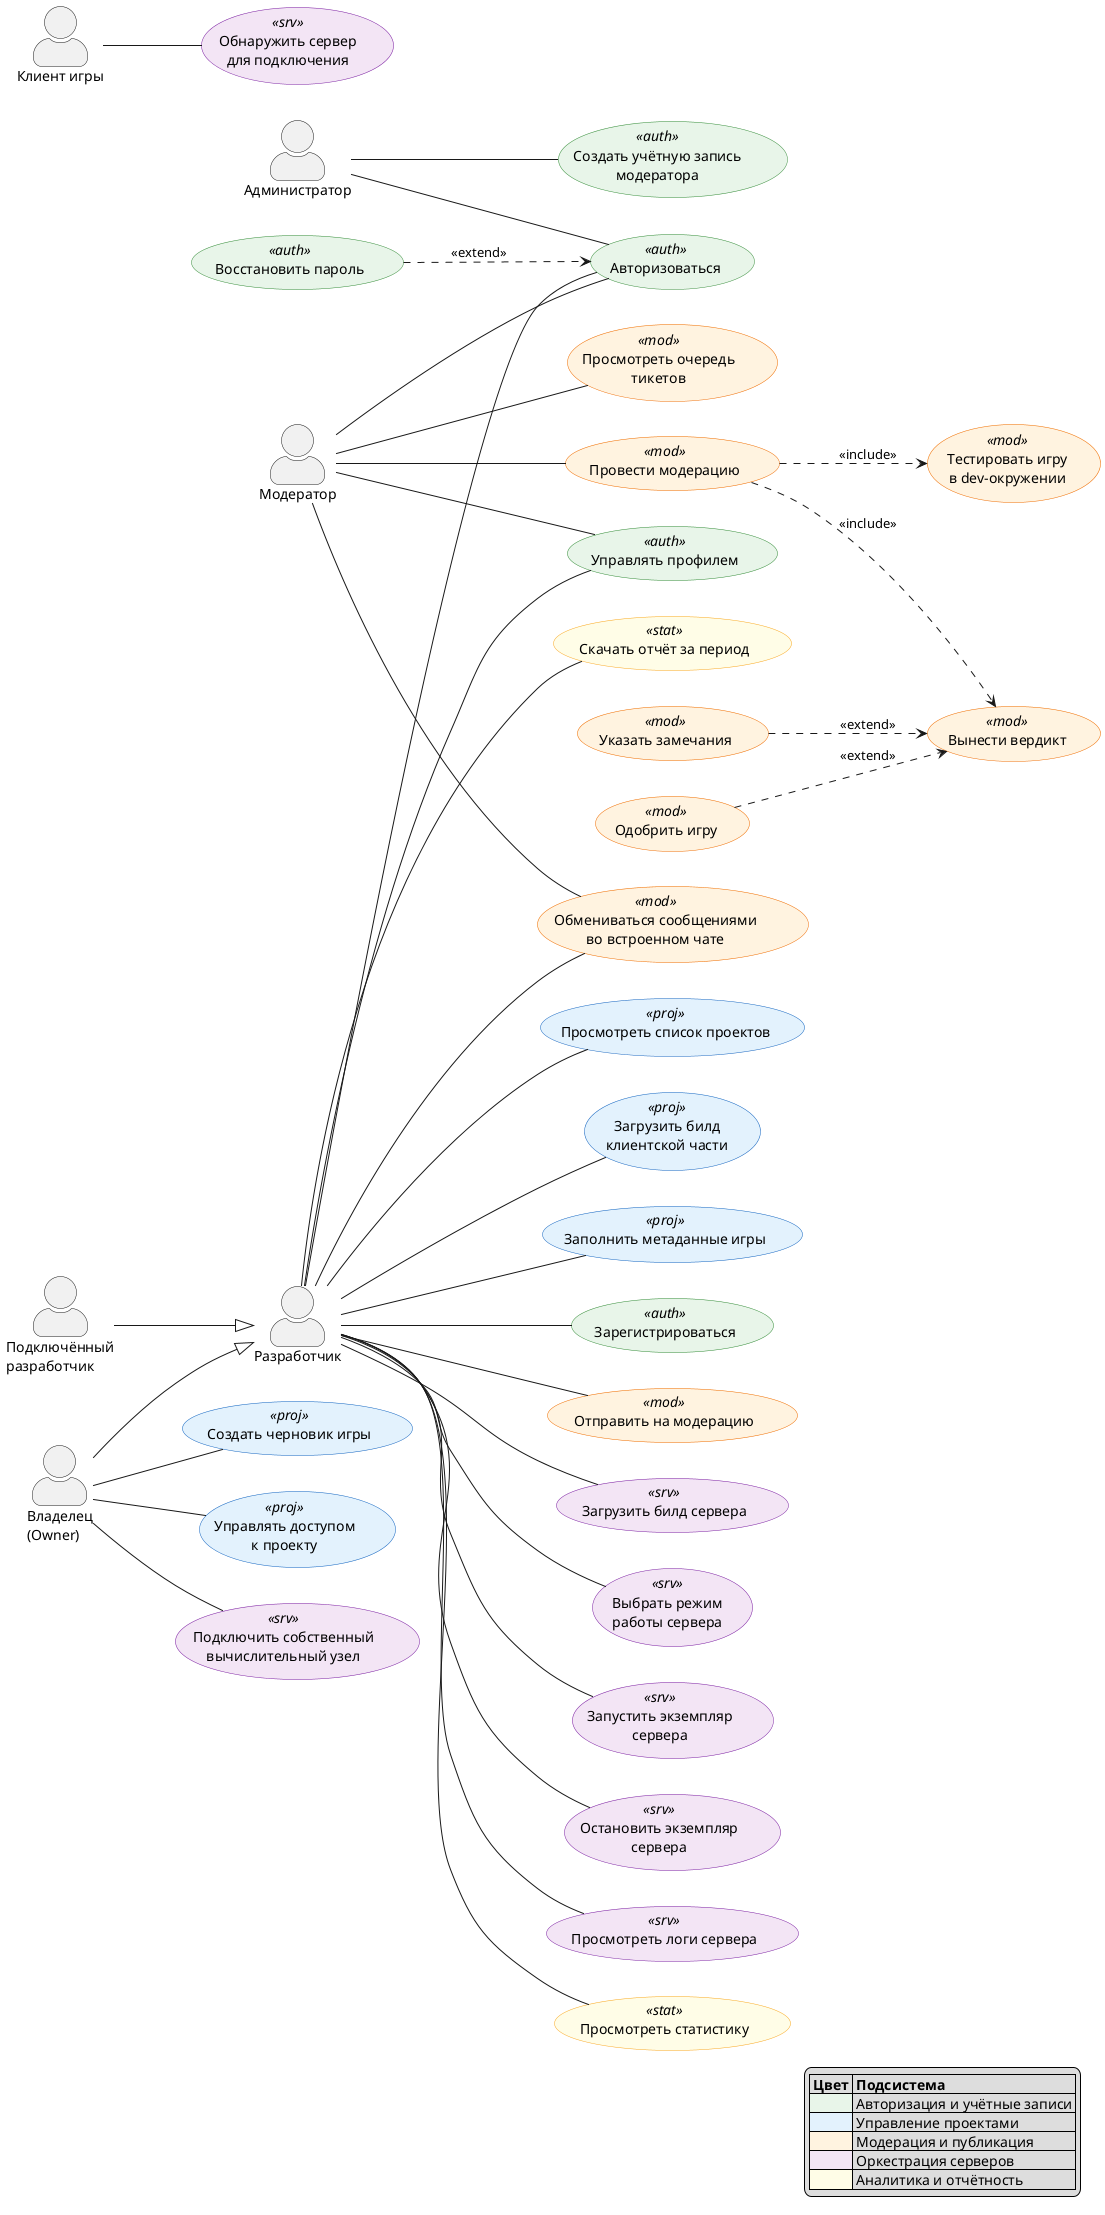
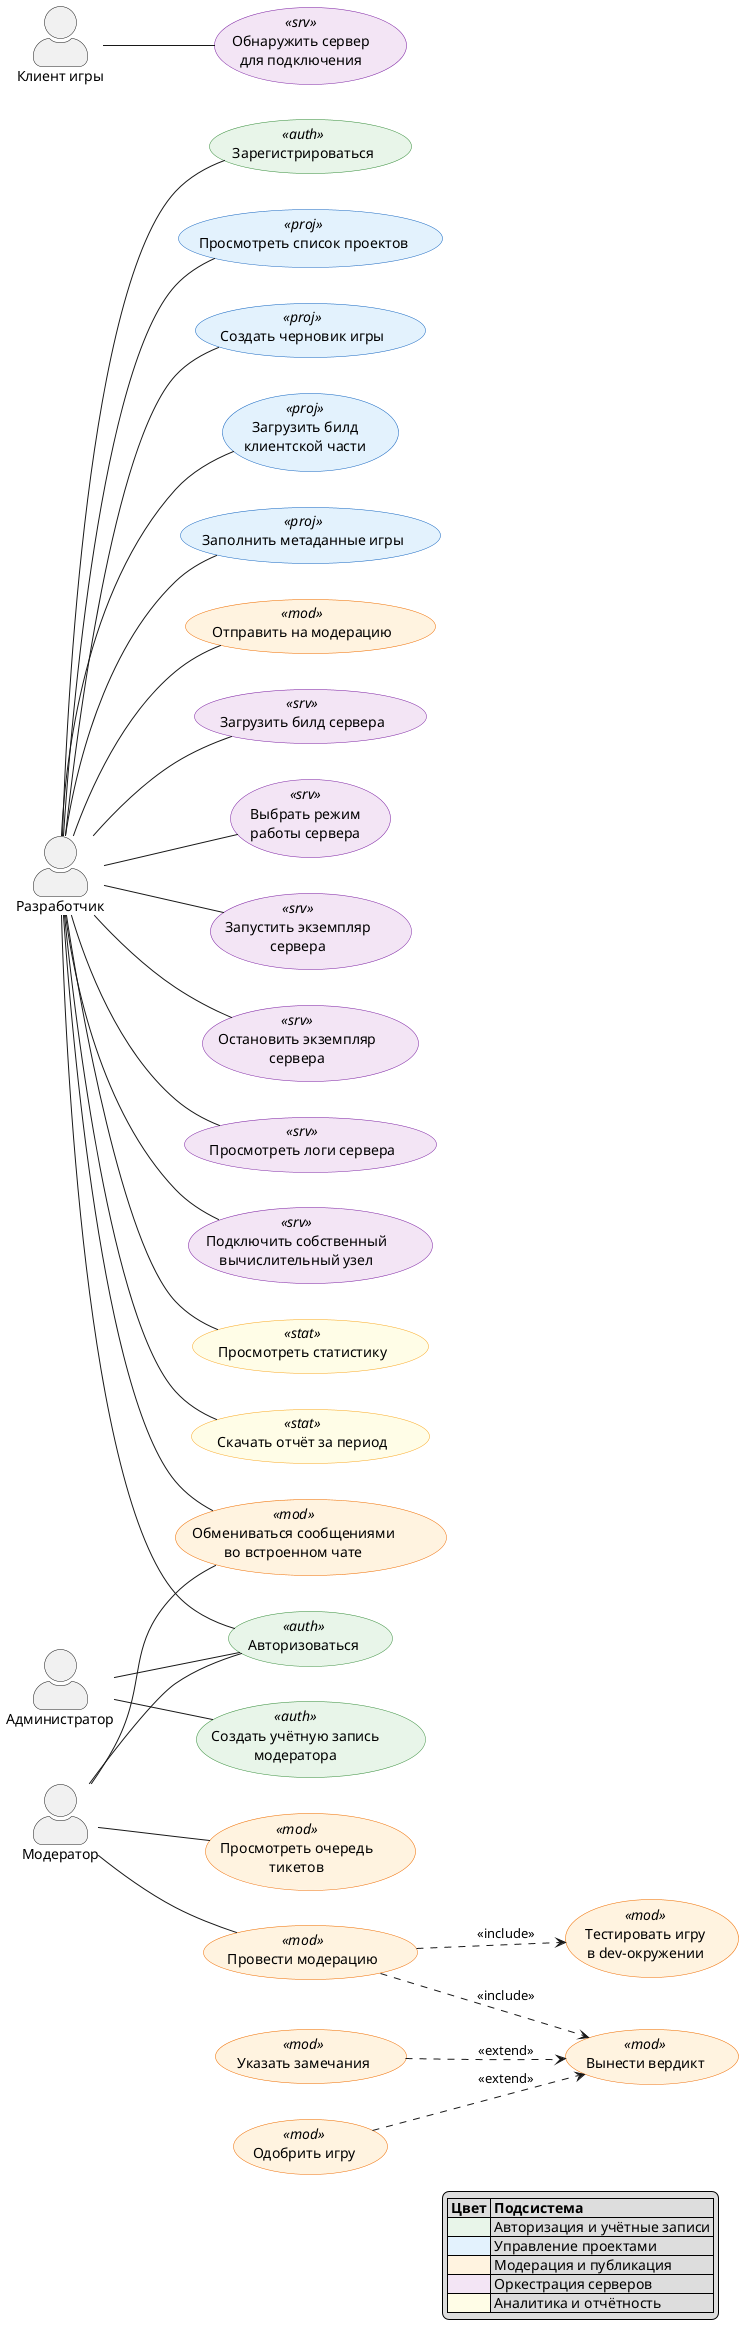
- @startuml UC_Complete
- 
+ @startuml
left to right direction
skinparam actorStyle awesome

skinparam usecase {
  BackgroundColor<<auth>> #E8F5E9
  BorderColor<<auth>> #388E3C

  BackgroundColor<<proj>> #E3F2FD
  BorderColor<<proj>> #1565C0

  BackgroundColor<<mod>> #FFF3E0
  BorderColor<<mod>> #EF6C00

  BackgroundColor<<srv>> #F3E5F5
  BorderColor<<srv>> #7B1FA2

  BackgroundColor<<stat>> #FFFDE7
  BorderColor<<stat>> #F9A825
}

' ═══════════════════════════════
'  АКТЁРЫ
' ═══════════════════════════════

- actor "Владелец\n(Owner)" as Owner
actor "Разработчик" as Dev
- actor "Подключённый\nразработчик" as ConnDev
actor "Администратор" as Admin
actor "Модератор" as Mod
actor "Клиент игры" as GameClient
- 
- Owner --|> Dev
- ConnDev --|> Dev

' ═══════════════════════════════
'  АВТОРИЗАЦИЯ
' ═══════════════════════════════

usecase "Зарегистрироваться" as REG <<auth>>
usecase "Авторизоваться" as AUTH <<auth>>
- usecase "Восстановить пароль" as RESTORE <<auth>>
- usecase "Управлять профилем" as PROFILE <<auth>>
usecase "Создать учётную запись\nмодератора" as CREATE_MOD <<auth>>

' ═══════════════════════════════
'  УПРАВЛЕНИЕ ПРОЕКТАМИ
' ═══════════════════════════════

usecase "Просмотреть список проектов" as LIST <<proj>>
usecase "Создать черновик игры" as CREATE <<proj>>
usecase "Загрузить билд\nклиентской части" as UPLOAD <<proj>>
usecase "Заполнить метаданные игры" as META <<proj>>
- usecase "Управлять доступом\nк проекту" as ACCESS <<proj>>

' ═══════════════════════════════
'  МОДЕРАЦИЯ И ПУБЛИКАЦИЯ
' ═══════════════════════════════

usecase "Отправить на модерацию" as SEND <<mod>>
usecase "Просмотреть очередь\nтикетов" as QUEUE <<mod>>
usecase "Провести модерацию" as MODERATE <<mod>>
usecase "Тестировать игру\nв dev-окружении" as TEST <<mod>>
usecase "Вынести вердикт" as VERDICT <<mod>>
usecase "Одобрить игру" as APPROVE <<mod>>
usecase "Указать замечания" as REMARKS <<mod>>
usecase "Обмениваться сообщениями\nво встроенном чате" as CHAT <<mod>>

' ═══════════════════════════════
'  ОРКЕСТРАЦИЯ СЕРВЕРОВ
' ═══════════════════════════════

usecase "Загрузить билд сервера" as UPLOAD_SRV <<srv>>
usecase "Выбрать режим\nработы сервера" as MODE <<srv>>
usecase "Запустить экземпляр\nсервера" as START <<srv>>
usecase "Остановить экземпляр\nсервера" as STOP <<srv>>
usecase "Просмотреть логи сервера" as LOGS <<srv>>
usecase "Обнаружить сервер\nдля подключения" as DISCOVER <<srv>>
usecase "Подключить собственный\nвычислительный узел" as NODE <<srv>>

' ═══════════════════════════════
'  АНАЛИТИКА И ОТЧЁТНОСТЬ
' ═══════════════════════════════

usecase "Просмотреть статистику" as STATS <<stat>>
usecase "Скачать отчёт за период" as REPORT <<stat>>

' ═══════════════════════════════
'  СВЯЗИ: Разработчик
' ═══════════════════════════════

Dev -- REG
Dev -- AUTH
- Dev -- PROFILE
Dev -- LIST
+ Dev -- CREATE
Dev -- UPLOAD
Dev -- META
Dev -- SEND
Dev -- CHAT
Dev -- UPLOAD_SRV
Dev -- MODE
Dev -- START
Dev -- STOP
Dev -- LOGS
+ Dev -- NODE
Dev -- STATS
Dev -- REPORT
- 
- ' ═══════════════════════════════
- '  СВЯЗИ: Только Владелец
- ' ═══════════════════════════════
- 
- Owner -- CREATE
- Owner -- ACCESS
- Owner -- NODE

' ═══════════════════════════════
'  СВЯЗИ: Модератор
' ═══════════════════════════════

Mod -- AUTH
- Mod -- PROFILE
Mod -- QUEUE
Mod -- MODERATE
Mod -- CHAT

' ═══════════════════════════════
'  СВЯЗИ: Администратор
' ═══════════════════════════════

Admin -- AUTH
Admin -- CREATE_MOD

' ═══════════════════════════════
'  СВЯЗИ: Клиент игры
' ═══════════════════════════════

GameClient -- DISCOVER

' ═══════════════════════════════
'  INCLUDE
' ═══════════════════════════════

MODERATE ..> TEST : <<include>>
MODERATE ..> VERDICT : <<include>>

' ═══════════════════════════════
'  EXTEND
' ═══════════════════════════════

- RESTORE ..> AUTH : <<extend>>
APPROVE ..> VERDICT : <<extend>>
REMARKS ..> VERDICT : <<extend>>

' ═══════════════════════════════
'  ЛЕГЕНДА
' ═══════════════════════════════

legend right
  |= Цвет |= Подсистема |
  |<#E8F5E9> | Авторизация и учётные записи |
  |<#E3F2FD> | Управление проектами |
  |<#FFF3E0> | Модерация и публикация |
  |<#F3E5F5> | Оркестрация серверов |
  |<#FFFDE7> | Аналитика и отчётность |
endlegend
- 
- @enduml+ @enduml
